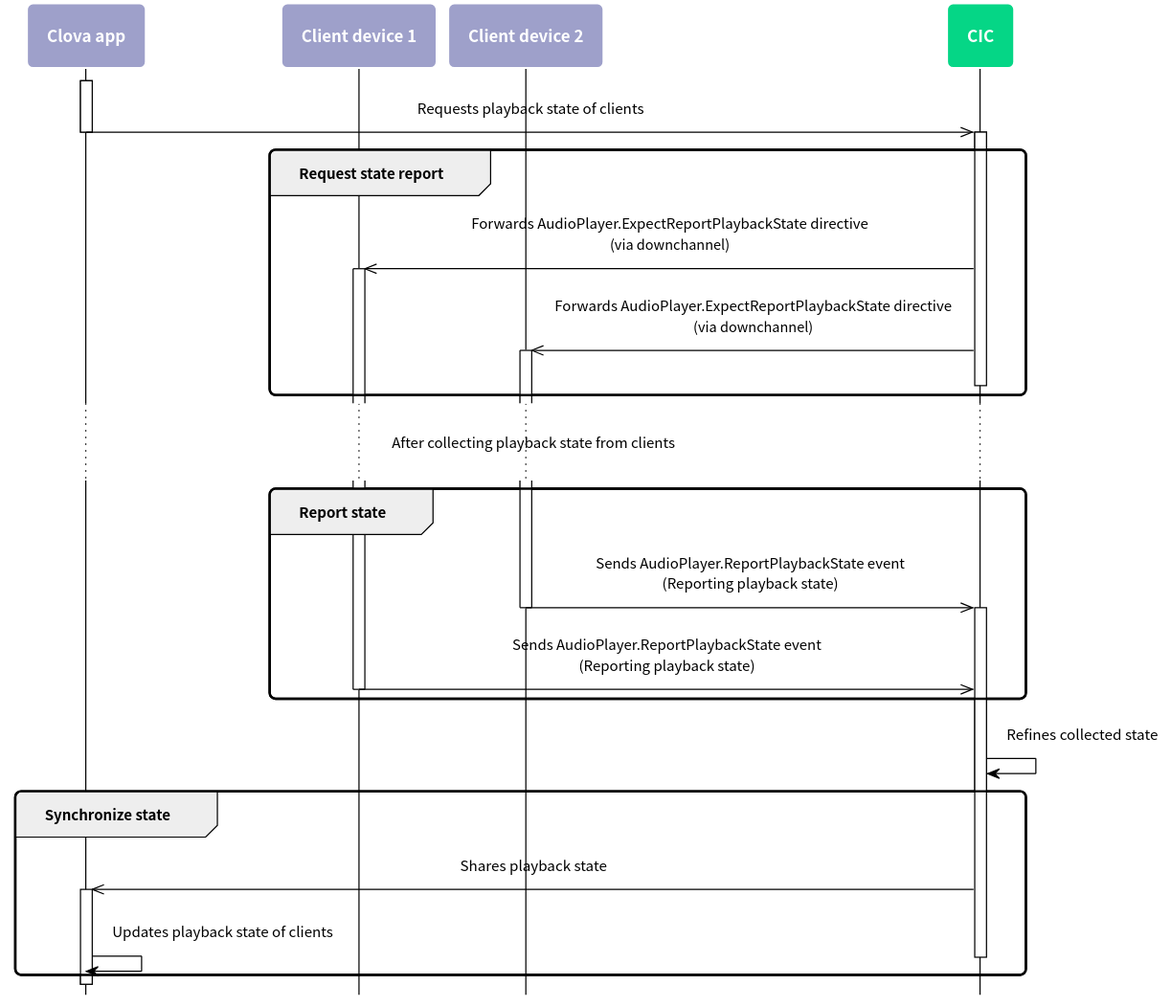
This is en-KR/Develop/Assets/Images/CIC_Playback_State_Sync_Work_Flow.svg from muchokwon/clova-client-developer-guide, a PlantUML export, as it was before one commit.
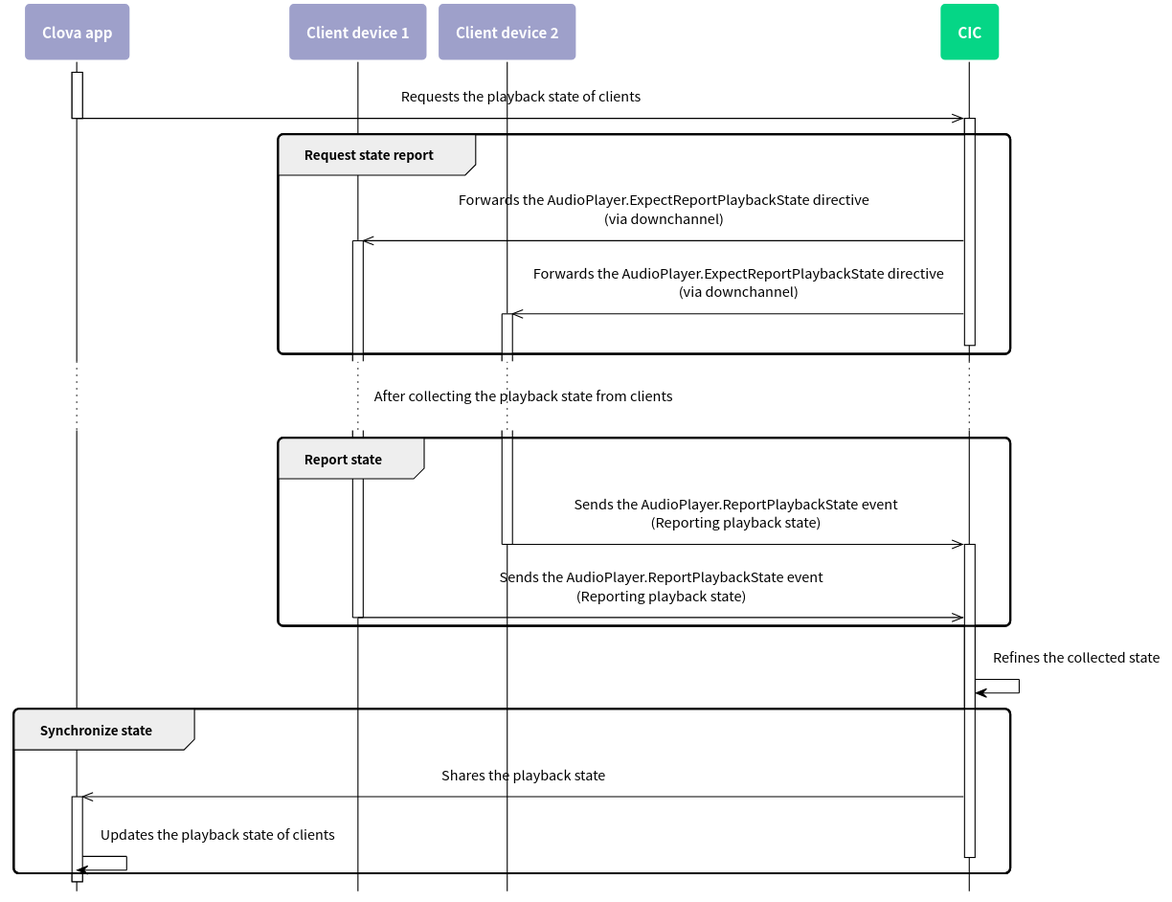
Later version of the same file.

What changed in the source:
```diff
@@ -55,44 +55,44 @@
 participant CIC as cic #05D686
 
 activate ca
-  ca ->> cic : Requests playback state of clients
+  ca ->> cic : Requests the playback state of clients
 deactivate ca
 
 group Request state report
 
   activate cic
 
-    cic ->> cli1 : Forwards AudioPlayer.ExpectReportPlaybackState directive\n(via downchannel)
+    cic ->> cli1 : Forwards the AudioPlayer.ExpectReportPlaybackState directive\n(via downchannel)
     activate cli1
 
-    cic ->> cli2 : Forwards AudioPlayer.ExpectReportPlaybackState directive\n(via downchannel)
+    cic ->> cli2 : Forwards the AudioPlayer.ExpectReportPlaybackState directive\n(via downchannel)
     activate cli2
 
   deactivate cic
 
 end
 
-...After collecting playback state from clients...
+...After collecting the playback state from clients...
 
 group Report state
 
-    cli2 ->> cic : Sends AudioPlayer.ReportPlaybackState event\n(Reporting playback state)
+    cli2 ->> cic : Sends the AudioPlayer.ReportPlaybackState event\n(Reporting playback state)
     deactivate cli2
   activate cic
 
-    cli1 ->> cic : Sends AudioPlayer.ReportPlaybackState event\n(Reporting playback state)
+    cli1 ->> cic : Sends the AudioPlayer.ReportPlaybackState event\n(Reporting playback state)
     deactivate cli1
 
 end
 
-    cic -> cic : Refines collected state
+    cic -> cic : Refines the collected state
 
 group Synchronize state
 
-    cic ->> ca : Shares playback state
+    cic ->> ca : Shares the playback state
     activate ca
 
-    ca -> ca : Updates playback state of clients
+    ca -> ca : Updates the playback state of clients
 
   deactivate cic
 
```
